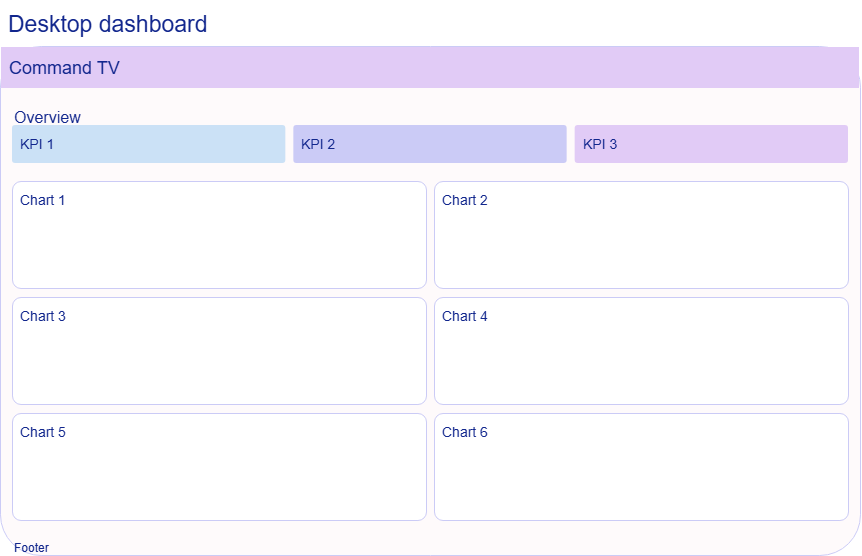
This is images/page-layout.png from bryrourke/info3171-project, a draw.io export, as it was before one commit. Source tidied: cells renumbered, new cells last; positions are measured from the earlier drawing's top-left corner, leaving out a move shared by most shapes.
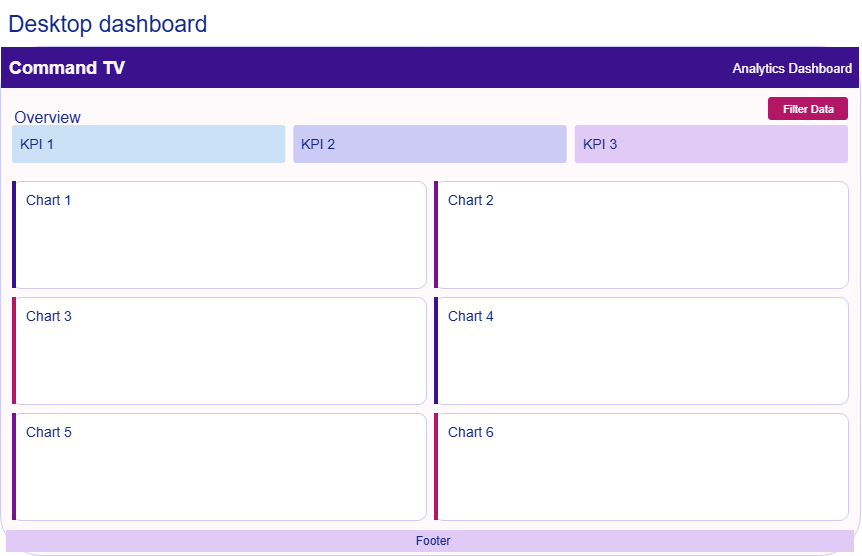
Above is the later version.

What changed in the source:
```diff
@@ -8,7 +8,7 @@
     <mxCell id="3" style="rounded=1;whiteSpace=wrap;html=1;fillColor=#FEFAFB;strokeColor=#CBCBF6;fontColor=#11268D;fontSize=14;fontFamily=Arial;align=left;verticalAlign=top;spacingLeft=6;spacingTop=4;arcSize=8;" parent="1" vertex="1">
       <mxGeometry y="46" width="860" height="509" as="geometry" />
     </mxCell>
-    <mxCell id="4" value="Command TV" style="rounded=0;whiteSpace=wrap;html=1;fillColor=#E1CBF6;strokeColor=none;fontColor=#11268D;fontSize=18;fontFamily=Arial;align=left;verticalAlign=top;spacingLeft=6;spacingTop=4;arcSize=8;" parent="1" vertex="1">
+    <mxCell id="4" value="Command TV" style="rounded=0;whiteSpace=wrap;html=1;fillColor=#3B118D;strokeColor=none;fontColor=#FEFAFB;fontSize=18;fontFamily=Arial;align=left;verticalAlign=top;spacingLeft=6;spacingTop=4;arcSize=8;fontStyle=1;" parent="1" vertex="1">
       <mxGeometry x="1" y="47" width="858" height="41" as="geometry" />
     </mxCell>
     <mxCell id="5" value="Overview" style="rounded=0;whiteSpace=wrap;html=1;fillColor=none;strokeColor=none;fontColor=#11268D;fontSize=16;fontFamily=Arial;align=left;verticalAlign=top;spacingLeft=6;spacingTop=4;arcSize=8;" parent="1" vertex="1">
@@ -23,26 +23,50 @@
     <mxCell id="8" value="KPI 3" style="rounded=1;whiteSpace=wrap;html=1;fillColor=#E1CBF6;strokeColor=none;fontColor=#11268D;fontSize=14;fontFamily=Arial;align=left;verticalAlign=top;spacingLeft=6;spacingTop=4;arcSize=8;" parent="1" vertex="1">
       <mxGeometry x="574.7" y="125" width="273.3" height="38" as="geometry" />
     </mxCell>
-    <mxCell id="9" value="Chart 1" style="rounded=1;whiteSpace=wrap;html=1;fillColor=#FFFFFF;strokeColor=#CBCBF6;fontColor=#11268D;fontSize=14;fontFamily=Arial;align=left;verticalAlign=top;spacingLeft=6;spacingTop=4;arcSize=8;" parent="1" vertex="1">
+    <mxCell id="9" value="Chart 1" style="rounded=1;whiteSpace=wrap;html=1;fillColor=#FFFFFF;strokeColor=#CBCBF6;fontColor=#11268D;fontSize=14;fontFamily=Arial;align=left;verticalAlign=top;spacingLeft=12;spacingTop=4;arcSize=8;" parent="1" vertex="1">
       <mxGeometry x="12" y="181" width="414" height="107" as="geometry" />
     </mxCell>
-    <mxCell id="10" value="Chart 2" style="rounded=1;whiteSpace=wrap;html=1;fillColor=#FFFFFF;strokeColor=#CBCBF6;fontColor=#11268D;fontSize=14;fontFamily=Arial;align=left;verticalAlign=top;spacingLeft=6;spacingTop=4;arcSize=8;" parent="1" vertex="1">
+    <mxCell id="10" value="Chart 2" style="rounded=1;whiteSpace=wrap;html=1;fillColor=#FFFFFF;strokeColor=#CBCBF6;fontColor=#11268D;fontSize=14;fontFamily=Arial;align=left;verticalAlign=top;spacingLeft=12;spacingTop=4;arcSize=8;" parent="1" vertex="1">
       <mxGeometry x="434" y="181" width="414" height="107" as="geometry" />
     </mxCell>
-    <mxCell id="11" value="Chart 3" style="rounded=1;whiteSpace=wrap;html=1;fillColor=#FFFFFF;strokeColor=#CBCBF6;fontColor=#11268D;fontSize=14;fontFamily=Arial;align=left;verticalAlign=top;spacingLeft=6;spacingTop=4;arcSize=8;" parent="1" vertex="1">
+    <mxCell id="11" value="Chart 3" style="rounded=1;whiteSpace=wrap;html=1;fillColor=#FFFFFF;strokeColor=#CBCBF6;fontColor=#11268D;fontSize=14;fontFamily=Arial;align=left;verticalAlign=top;spacingLeft=12;spacingTop=4;arcSize=8;" parent="1" vertex="1">
       <mxGeometry x="12" y="297" width="414" height="107" as="geometry" />
     </mxCell>
-    <mxCell id="12" value="Chart 4" style="rounded=1;whiteSpace=wrap;html=1;fillColor=#FFFFFF;strokeColor=#CBCBF6;fontColor=#11268D;fontSize=14;fontFamily=Arial;align=left;verticalAlign=top;spacingLeft=6;spacingTop=4;arcSize=8;" parent="1" vertex="1">
+    <mxCell id="12" value="Chart 4" style="rounded=1;whiteSpace=wrap;html=1;fillColor=#FFFFFF;strokeColor=#CBCBF6;fontColor=#11268D;fontSize=14;fontFamily=Arial;align=left;verticalAlign=top;spacingLeft=12;spacingTop=4;arcSize=8;" parent="1" vertex="1">
       <mxGeometry x="434" y="297" width="414" height="107" as="geometry" />
     </mxCell>
-    <mxCell id="13" value="Chart 5" style="rounded=1;whiteSpace=wrap;html=1;fillColor=#FFFFFF;strokeColor=#CBCBF6;fontColor=#11268D;fontSize=14;fontFamily=Arial;align=left;verticalAlign=top;spacingLeft=6;spacingTop=4;arcSize=8;" parent="1" vertex="1">
+    <mxCell id="13" value="Chart 5" style="rounded=1;whiteSpace=wrap;html=1;fillColor=#FFFFFF;strokeColor=#CBCBF6;fontColor=#11268D;fontSize=14;fontFamily=Arial;align=left;verticalAlign=top;spacingLeft=12;spacingTop=4;arcSize=8;" parent="1" vertex="1">
       <mxGeometry x="12" y="413" width="414" height="107" as="geometry" />
     </mxCell>
-    <mxCell id="14" value="Chart 6" style="rounded=1;whiteSpace=wrap;html=1;fillColor=#FFFFFF;strokeColor=#CBCBF6;fontColor=#11268D;fontSize=14;fontFamily=Arial;align=left;verticalAlign=top;spacingLeft=6;spacingTop=4;arcSize=8;" parent="1" vertex="1">
+    <mxCell id="14" value="Chart 6" style="rounded=1;whiteSpace=wrap;html=1;fillColor=#FFFFFF;strokeColor=#CBCBF6;fontColor=#11268D;fontSize=14;fontFamily=Arial;align=left;verticalAlign=top;spacingLeft=12;spacingTop=4;arcSize=8;" parent="1" vertex="1">
       <mxGeometry x="434" y="413" width="414" height="107" as="geometry" />
     </mxCell>
-    <mxCell id="15" value="Footer" style="rounded=0;whiteSpace=wrap;html=1;fillColor=none;strokeColor=none;fontColor=#11268D;fontSize=12;fontFamily=Arial;align=left;verticalAlign=top;spacingLeft=6;spacingTop=4;arcSize=8;" parent="1" vertex="1">
+    <mxCell id="15" value="Footer" style="rounded=0;whiteSpace=wrap;html=1;fillColor=#E1CBF6;strokeColor=none;fontColor=#11268D;fontSize=12;fontFamily=Arial;align=center;verticalAlign=middle;spacingLeft=6;spacingTop=0;arcSize=8;" parent="1" vertex="1">
       <mxGeometry x="6" y="530" width="848" height="22" as="geometry" />
     </mxCell>
+    <mxCell id="16" value="Analytics Dashboard" style="text;html=1;strokeColor=none;fillColor=none;align=right;verticalAlign=middle;fontColor=#FEFAFB;fontSize=13;" parent="1" vertex="1">
+      <mxGeometry x="679" y="47" width="174" height="41" as="geometry" />
+    </mxCell>
+    <mxCell id="17" value="Filter Data" style="rounded=1;html=1;fillColor=#B21665;strokeColor=none;fontColor=#FFFFFF;fontSize=11;align=center;verticalAlign=middle;" parent="1" vertex="1">
+      <mxGeometry x="768" y="97" width="80" height="23" as="geometry" />
+    </mxCell>
+    <mxCell id="18" style="rounded=0;html=1;fillColor=#3B118D;strokeColor=none;" parent="1" vertex="1">
+      <mxGeometry x="12" y="181" width="4" height="107" as="geometry" />
+    </mxCell>
+    <mxCell id="19" style="rounded=0;html=1;fillColor=#78118D;strokeColor=none;" parent="1" vertex="1">
+      <mxGeometry x="434" y="181" width="4" height="107" as="geometry" />
+    </mxCell>
+    <mxCell id="20" style="rounded=0;html=1;fillColor=#B21665;strokeColor=none;" parent="1" vertex="1">
+      <mxGeometry x="12" y="297" width="4" height="107" as="geometry" />
+    </mxCell>
+    <mxCell id="21" style="rounded=0;html=1;fillColor=#3B118D;strokeColor=none;" parent="1" vertex="1">
+      <mxGeometry x="434" y="297" width="4" height="107" as="geometry" />
+    </mxCell>
+    <mxCell id="22" style="rounded=0;html=1;fillColor=#78118D;strokeColor=none;" parent="1" vertex="1">
+      <mxGeometry x="12" y="413" width="4" height="107" as="geometry" />
+    </mxCell>
+    <mxCell id="23" style="rounded=0;html=1;fillColor=#B21665;strokeColor=none;" parent="1" vertex="1">
+      <mxGeometry x="434" y="413" width="4" height="107" as="geometry" />
+    </mxCell>
   </root>
 </mxGraphModel>
```
